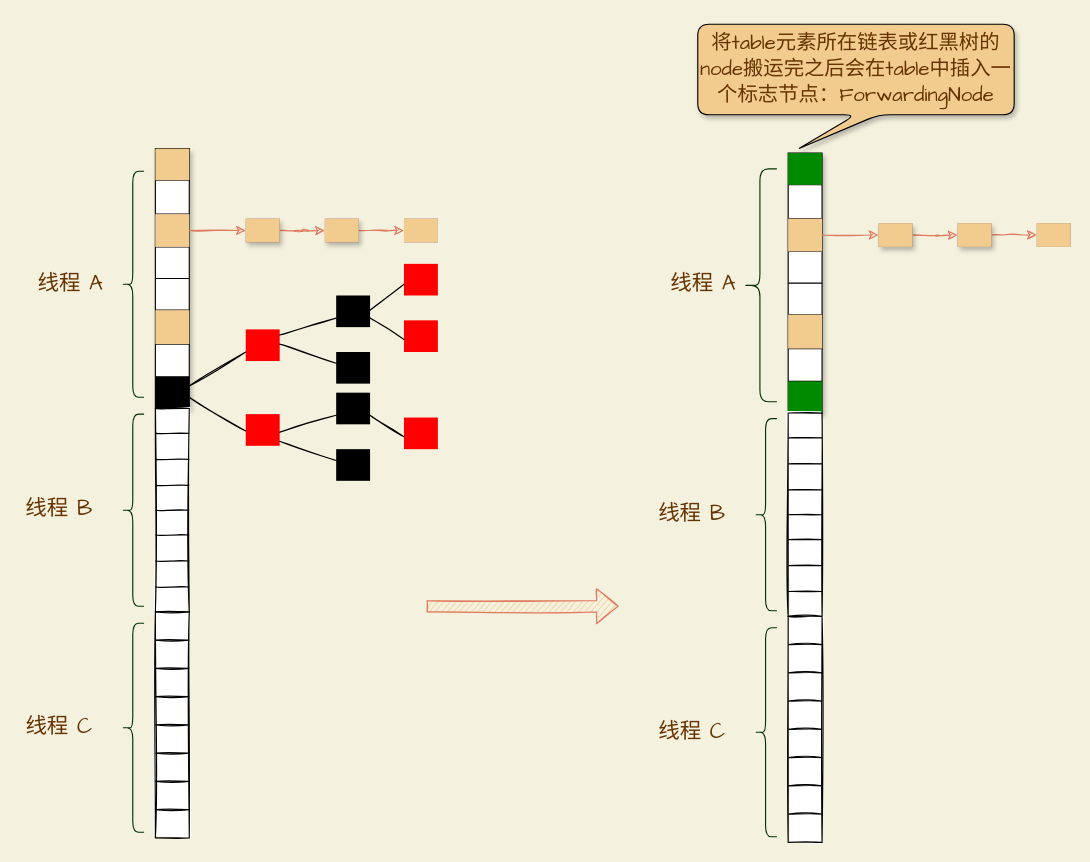
mydlxy/draw keeps this draw.io diagram as page "扩容整体流程" (1 of 3) of thread/扩容.drawio. Above is the earlier version. Source tidied: cells renumbered, new cells numbered last; positions are measured from the earlier drawing's top-left corner, leaving out a move shared by most shapes. Both pictures are drawn from the tidied source at 113%, with x=0, y=0 at pixel (19, 24).
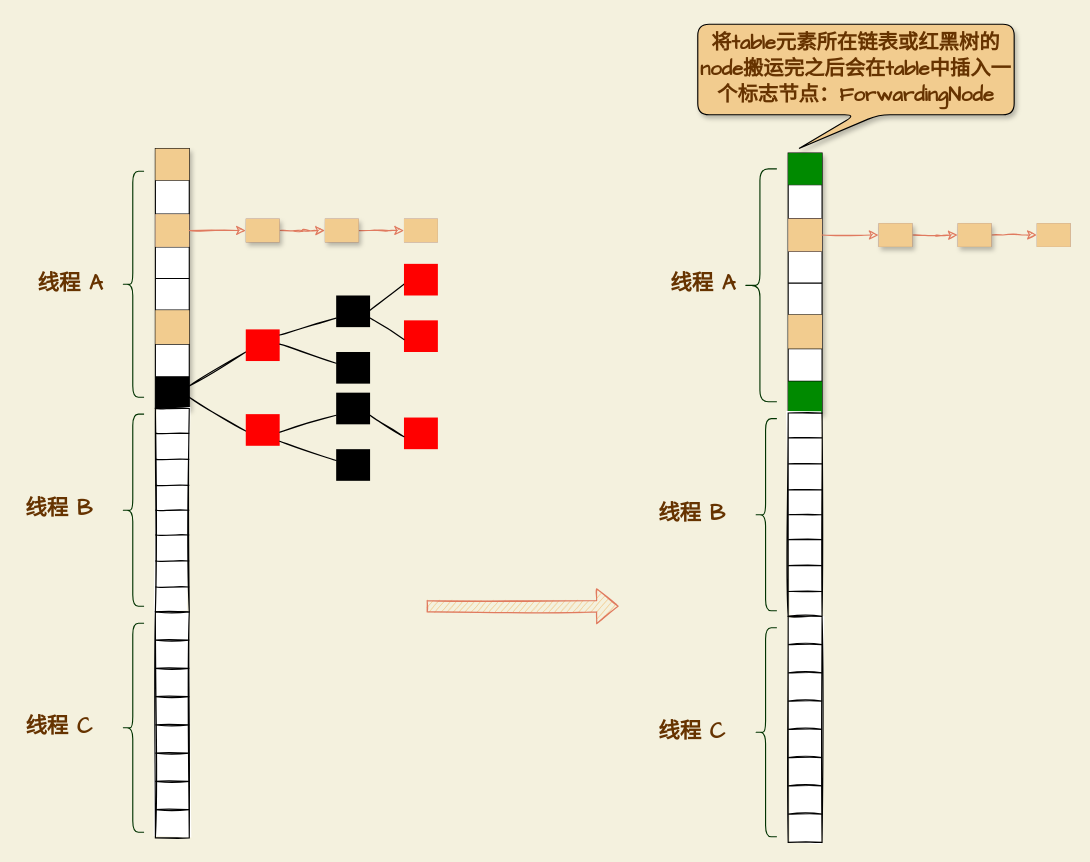
The same diagram, later.

What changed in the source:
```diff
@@
-    <mxCell id="56" value="线程 A" style="text;html=1;strokeColor=none;fillColor=none;align=center;verticalAlign=middle;whiteSpace=wrap;rounded=0;sketch=0;fontFamily=Comic Sans MS;fontSize=19;fontColor=#663300;" parent="1" vertex="1">
+    <mxCell id="56" value="&lt;b&gt;线程 A&lt;/b&gt;" style="text;html=1;strokeColor=none;fillColor=none;align=center;verticalAlign=middle;whiteSpace=wrap;rounded=0;sketch=0;fontFamily=Comic Sans MS;fontSize=19;fontColor=#663300;" parent="1" vertex="1">
       <mxGeometry x="10" y="216" width="70" height="30" as="geometry" />
     </mxCell>
-    <mxCell id="57" value="线程 C" style="text;html=1;strokeColor=none;fillColor=none;align=center;verticalAlign=middle;whiteSpace=wrap;rounded=0;sketch=0;fontFamily=Comic Sans MS;fontSize=19;fontColor=#663300;" parent="1" vertex="1">
+    <mxCell id="57" value="&lt;b&gt;线程 C&lt;/b&gt;" style="text;html=1;strokeColor=none;fillColor=none;align=center;verticalAlign=middle;whiteSpace=wrap;rounded=0;sketch=0;fontFamily=Comic Sans MS;fontSize=19;fontColor=#663300;" parent="1" vertex="1">
       <mxGeometry y="607.5" width="70" height="30" as="geometry" />
     </mxCell>
-    <mxCell id="58" value="线程 B" style="text;html=1;strokeColor=none;fillColor=none;align=center;verticalAlign=middle;whiteSpace=wrap;rounded=0;sketch=0;fontFamily=Comic Sans MS;fontSize=19;fontColor=#663300;" parent="1" vertex="1">
+    <mxCell id="58" value="&lt;b&gt;线程 B&lt;/b&gt;" style="text;html=1;strokeColor=none;fillColor=none;align=center;verticalAlign=middle;whiteSpace=wrap;rounded=0;sketch=0;fontFamily=Comic Sans MS;fontSize=19;fontColor=#663300;" parent="1" vertex="1">
       <mxGeometry y="415" width="70" height="30" as="geometry" />
     </mxCell>
@@
-    <mxCell id="143" value="线程 A" style="text;html=1;strokeColor=none;fillColor=none;align=center;verticalAlign=middle;whiteSpace=wrap;rounded=0;sketch=0;fontFamily=Comic Sans MS;fontSize=19;fontColor=#663300;" parent="1" vertex="1">
+    <mxCell id="143" value="&lt;b&gt;线程 A&lt;/b&gt;" style="text;html=1;strokeColor=none;fillColor=none;align=center;verticalAlign=middle;whiteSpace=wrap;rounded=0;sketch=0;fontFamily=Comic Sans MS;fontSize=19;fontColor=#663300;" parent="1" vertex="1">
       <mxGeometry x="570" y="216" width="70" height="30" as="geometry" />
     </mxCell>
-    <mxCell id="144" value="线程 C" style="text;html=1;strokeColor=none;fillColor=none;align=center;verticalAlign=middle;whiteSpace=wrap;rounded=0;sketch=0;fontFamily=Comic Sans MS;fontSize=19;fontColor=#663300;" parent="1" vertex="1">
+    <mxCell id="144" value="&lt;b&gt;线程 C&lt;/b&gt;" style="text;html=1;strokeColor=none;fillColor=none;align=center;verticalAlign=middle;whiteSpace=wrap;rounded=0;sketch=0;fontFamily=Comic Sans MS;fontSize=19;fontColor=#663300;" parent="1" vertex="1">
       <mxGeometry x="560" y="611.5" width="70" height="30" as="geometry" />
     </mxCell>
-    <mxCell id="145" value="线程 B" style="text;html=1;strokeColor=none;fillColor=none;align=center;verticalAlign=middle;whiteSpace=wrap;rounded=0;sketch=0;fontFamily=Comic Sans MS;fontSize=19;fontColor=#663300;" parent="1" vertex="1">
+    <mxCell id="145" value="&lt;b&gt;线程 B&lt;/b&gt;" style="text;html=1;strokeColor=none;fillColor=none;align=center;verticalAlign=middle;whiteSpace=wrap;rounded=0;sketch=0;fontFamily=Comic Sans MS;fontSize=19;fontColor=#663300;" parent="1" vertex="1">
       <mxGeometry x="560" y="419" width="70" height="30" as="geometry" />
     </mxCell>
@@
-    <mxCell id="155" value="&lt;font style=&quot;font-size: 18px;&quot;&gt;将table元素所在链表或红黑树的node搬运完之后会在table中插入一个标志节点：ForwardingNode&lt;/font&gt;" style="shape=callout;whiteSpace=wrap;html=1;perimeter=calloutPerimeter;rounded=1;shadow=1;sketch=0;fontFamily=Comic Sans MS;fontSize=19;fontColor=#663300;strokeColor=#000000;fillColor=#F2CC8F;position2=0.32;" parent="1" vertex="1">
+    <mxCell id="155" value="&lt;font style=&quot;font-size: 18px;&quot;&gt;&lt;b&gt;将table元素所在链表或红黑树的node搬运完之后会在table中插入一个标志节点：ForwardingNode&lt;/b&gt;&lt;/font&gt;" style="shape=callout;whiteSpace=wrap;html=1;perimeter=calloutPerimeter;rounded=1;shadow=1;sketch=0;fontFamily=Comic Sans MS;fontSize=19;fontColor=#663300;strokeColor=#000000;fillColor=#F2CC8F;position2=0.32;" parent="1" vertex="1">
       <mxGeometry x="600" width="280" height="110" as="geometry" />
     </mxCell>
```
